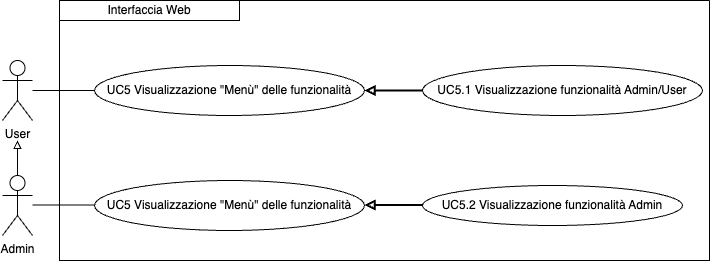
Earlier version of the draw.io export imgs/Uml/UC5.png (ShameIRL/farmacode). Source tidied: cells renumbered, new cells last; positions are measured from the earlier drawing's top-left corner, leaving out a move shared by most shapes. Source of this version:
```xml
<mxGraphModel>
  <root>
    <mxCell id="0" />
    <mxCell id="1" parent="0" />
    <mxCell id="2" value="User" style="shape=umlActor;verticalLabelPosition=bottom;verticalAlign=top;html=1;outlineConnect=0;" parent="1" vertex="1">
      <mxGeometry y="60" width="30" height="60" as="geometry" />
    </mxCell>
    <mxCell id="3" style="swimlane;startSize=0;" parent="1" vertex="1">
      <mxGeometry x="57" width="650" height="260" as="geometry" />
    </mxCell>
    <mxCell id="4" value="UC5 Visualizzazione &quot;Menù&quot; delle funzionalità" style="ellipse;whiteSpace=wrap;html=1;" parent="3" vertex="1">
      <mxGeometry x="35" y="65" width="270" height="50" as="geometry" />
    </mxCell>
    <mxCell id="5" value="Interfaccia Web" style="rounded=0;whiteSpace=wrap;html=1;" parent="3" vertex="1">
      <mxGeometry width="180" height="20" as="geometry" />
    </mxCell>
    <mxCell id="6" value="UC5.1 Visualizzazione funzionalità Admin/User" style="ellipse;whiteSpace=wrap;html=1;" parent="3" vertex="1">
      <mxGeometry x="363" y="65" width="280" height="50" as="geometry" />
    </mxCell>
    <mxCell id="7" style="endArrow=none;html=1;rounded=0;entryX=0;entryY=0.5;entryDx=0;entryDy=0;startArrow=block;startFill=0;strokeWidth=2;exitX=1;exitY=0.5;exitDx=0;exitDy=0;" parent="3" edge="1" source="4" target="6">
      <mxGeometry relative="1" as="geometry" />
    </mxCell>
    <mxCell id="8" value="UC5.2 Visualizzazione funzionalità Admin" style="ellipse;whiteSpace=wrap;html=1;" parent="3" vertex="1">
      <mxGeometry x="363" y="185" width="260" height="40" as="geometry" />
    </mxCell>
    <mxCell id="9" value="UC5 Visualizzazione &quot;Menù&quot; delle funzionalità" style="ellipse;whiteSpace=wrap;html=1;" parent="3" vertex="1">
      <mxGeometry x="35" y="180" width="270" height="50" as="geometry" />
    </mxCell>
    <mxCell id="10" style="endArrow=none;html=1;rounded=0;entryX=0;entryY=0.5;entryDx=0;entryDy=0;" parent="3" edge="1">
      <mxGeometry relative="1" as="geometry">
        <mxPoint x="-27" y="204.5" as="sourcePoint" />
        <mxPoint x="35" y="204.5" as="targetPoint" />
      </mxGeometry>
    </mxCell>
    <mxCell id="11" style="endArrow=none;html=1;rounded=0;entryX=0;entryY=0.5;entryDx=0;entryDy=0;startArrow=block;startFill=0;strokeWidth=2;exitX=1;exitY=0.5;exitDx=0;exitDy=0;" parent="3" edge="1">
      <mxGeometry relative="1" as="geometry">
        <mxPoint x="305" y="204.5" as="sourcePoint" />
        <mxPoint x="363" y="204.5" as="targetPoint" />
      </mxGeometry>
    </mxCell>
    <mxCell id="12" style="edgeStyle=orthogonalEdgeStyle;rounded=0;jettySize=auto;html=1;exitX=0.5;exitY=0;exitDx=0;exitDy=0;exitPerimeter=0;endArrow=block;endFill=0;" parent="1" edge="1" source="13">
      <mxGeometry relative="1" as="geometry">
        <mxPoint x="15" y="140" as="targetPoint" />
      </mxGeometry>
    </mxCell>
    <mxCell id="13" value="Admin" style="shape=umlActor;verticalLabelPosition=bottom;verticalAlign=top;html=1;outlineConnect=0;" parent="1" vertex="1">
      <mxGeometry y="175" width="30" height="60" as="geometry" />
    </mxCell>
    <mxCell id="14" style="endArrow=none;html=1;rounded=0;entryX=0;entryY=0.5;entryDx=0;entryDy=0;" parent="1" edge="1" source="2" target="4">
      <mxGeometry relative="1" as="geometry" />
    </mxCell>
  </root>
</mxGraphModel>
```
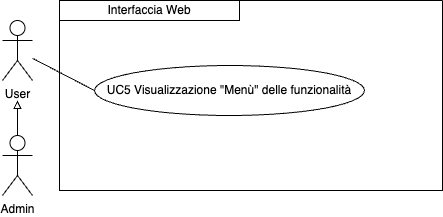
After the commit.

Diff of the diagram source:
```diff
@@ -6,7 +6,7 @@
       <mxGeometry y="60" width="30" height="60" as="geometry" />
     </mxCell>
     <mxCell id="3" style="swimlane;startSize=0;" parent="1" vertex="1">
-      <mxGeometry x="57" width="650" height="260" as="geometry" />
+      <mxGeometry x="57" y="40" width="383" height="190" as="geometry" />
     </mxCell>
     <mxCell id="4" value="UC5 Visualizzazione &quot;Menù&quot; delle funzionalità" style="ellipse;whiteSpace=wrap;html=1;" parent="3" vertex="1">
       <mxGeometry x="35" y="65" width="270" height="50" as="geometry" />
@@ -14,30 +14,6 @@
     <mxCell id="5" value="Interfaccia Web" style="rounded=0;whiteSpace=wrap;html=1;" parent="3" vertex="1">
       <mxGeometry width="180" height="20" as="geometry" />
     </mxCell>
-    <mxCell id="6" value="UC5.1 Visualizzazione funzionalità Admin/User" style="ellipse;whiteSpace=wrap;html=1;" parent="3" vertex="1">
-      <mxGeometry x="363" y="65" width="280" height="50" as="geometry" />
-    </mxCell>
-    <mxCell id="7" style="endArrow=none;html=1;rounded=0;entryX=0;entryY=0.5;entryDx=0;entryDy=0;startArrow=block;startFill=0;strokeWidth=2;exitX=1;exitY=0.5;exitDx=0;exitDy=0;" parent="3" edge="1" source="4" target="6">
-      <mxGeometry relative="1" as="geometry" />
-    </mxCell>
-    <mxCell id="8" value="UC5.2 Visualizzazione funzionalità Admin" style="ellipse;whiteSpace=wrap;html=1;" parent="3" vertex="1">
-      <mxGeometry x="363" y="185" width="260" height="40" as="geometry" />
-    </mxCell>
-    <mxCell id="9" value="UC5 Visualizzazione &quot;Menù&quot; delle funzionalità" style="ellipse;whiteSpace=wrap;html=1;" parent="3" vertex="1">
-      <mxGeometry x="35" y="180" width="270" height="50" as="geometry" />
-    </mxCell>
-    <mxCell id="10" style="endArrow=none;html=1;rounded=0;entryX=0;entryY=0.5;entryDx=0;entryDy=0;" parent="3" edge="1">
-      <mxGeometry relative="1" as="geometry">
-        <mxPoint x="-27" y="204.5" as="sourcePoint" />
-        <mxPoint x="35" y="204.5" as="targetPoint" />
-      </mxGeometry>
-    </mxCell>
-    <mxCell id="11" style="endArrow=none;html=1;rounded=0;entryX=0;entryY=0.5;entryDx=0;entryDy=0;startArrow=block;startFill=0;strokeWidth=2;exitX=1;exitY=0.5;exitDx=0;exitDy=0;" parent="3" edge="1">
-      <mxGeometry relative="1" as="geometry">
-        <mxPoint x="305" y="204.5" as="sourcePoint" />
-        <mxPoint x="363" y="204.5" as="targetPoint" />
-      </mxGeometry>
-    </mxCell>
     <mxCell id="12" style="edgeStyle=orthogonalEdgeStyle;rounded=0;jettySize=auto;html=1;exitX=0.5;exitY=0;exitDx=0;exitDy=0;exitPerimeter=0;endArrow=block;endFill=0;" parent="1" edge="1" source="13">
       <mxGeometry relative="1" as="geometry">
         <mxPoint x="15" y="140" as="targetPoint" />
```
